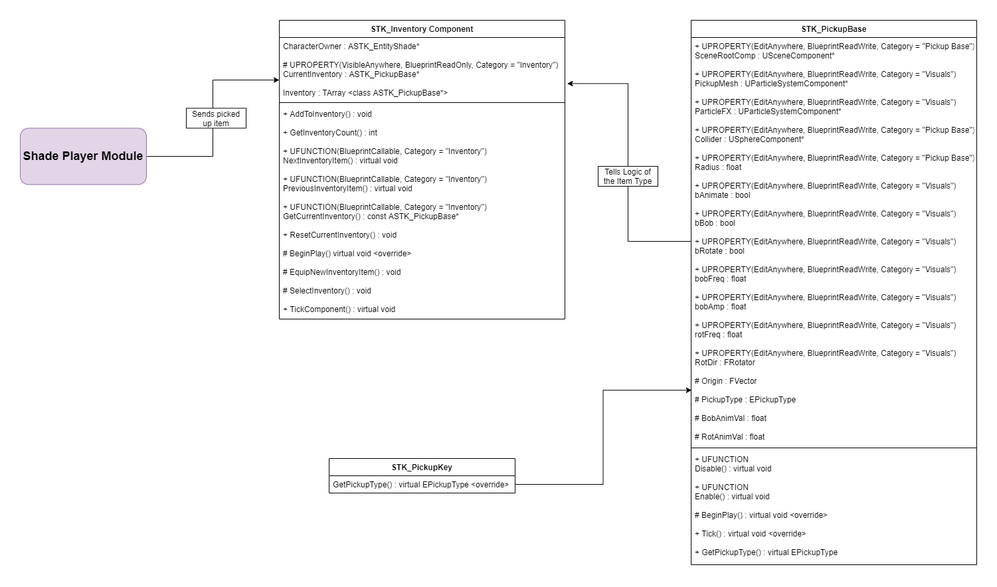
Earlier version of the draw.io export Documentation/UML/InventoryUML.png (ghas0012/ShadowStalk). Source tidied: cells renumbered, new cells last; positions are measured from the earlier drawing's top-left corner, leaving out a move shared by most shapes.
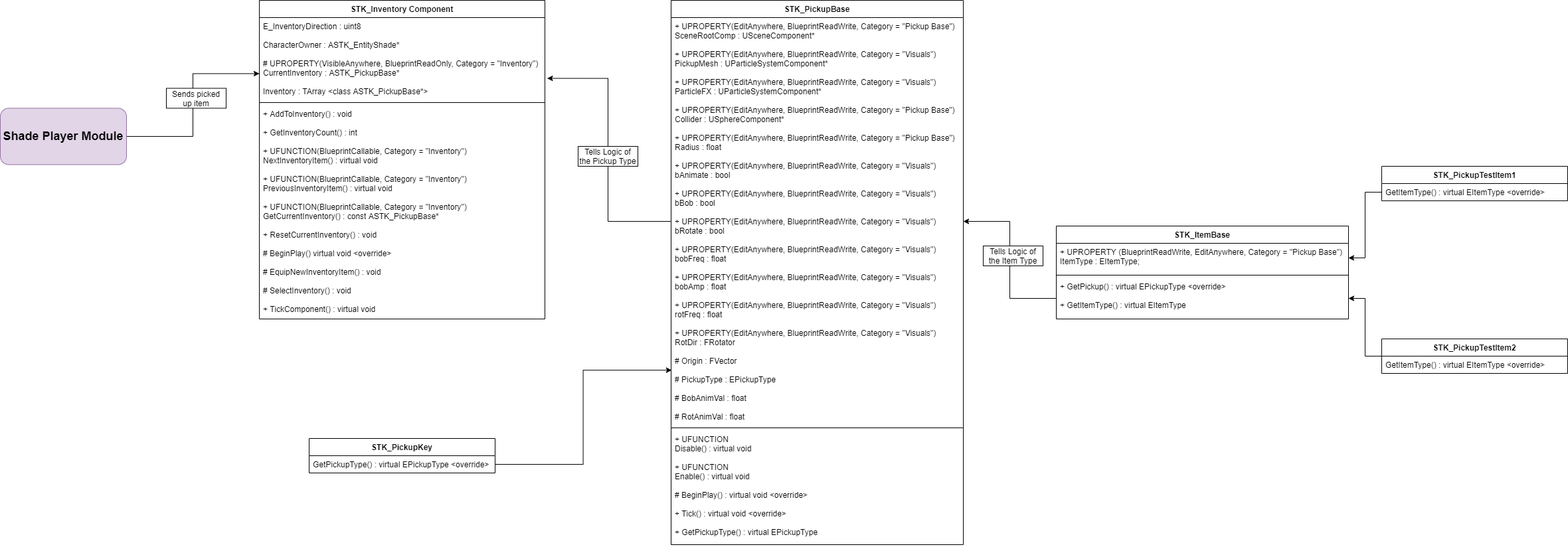
The same file after the commit.

What changed in the source:
```diff
@@ -3,16 +3,16 @@
     <mxCell id="0" />
     <mxCell id="1" parent="0" />
     <mxCell id="2" value="STK_Inventory Component" style="swimlane;fontStyle=1;align=center;verticalAlign=top;horizontal=1;startSize=26;" parent="1" vertex="1">
-      <mxGeometry x="390" width="430" height="450" as="geometry" />
+      <mxGeometry x="390" width="430" height="480" as="geometry" />
     </mxCell>
-    <mxCell id="3" value="CharacterOwner : ASTK_EntityShade*&#10;&#10;# UPROPERTY(VisibleAnywhere, BlueprintReadOnly, Category = &quot;Inventory&quot;)&#10;CurrentInventory : ASTK_PickupBase*&#10;&#10;Inventory : TArray &lt;class ASTK_PickupBase*&gt;" style="text;strokeColor=none;fillColor=none;align=left;verticalAlign=top;spacingLeft=4;spacingRight=4;overflow=hidden;points=[[0,0.5],[1,0.5]];portConstraint=eastwest;" parent="2" vertex="1">
-      <mxGeometry y="26" width="430" height="94" as="geometry" />
+    <mxCell id="3" value="E_InventoryDirection : uint8&#10;&#10;CharacterOwner : ASTK_EntityShade*&#10;&#10;# UPROPERTY(VisibleAnywhere, BlueprintReadOnly, Category = &quot;Inventory&quot;)&#10;CurrentInventory : ASTK_PickupBase*&#10;&#10;Inventory : TArray &lt;class ASTK_PickupBase*&gt;" style="text;strokeColor=none;fillColor=none;align=left;verticalAlign=top;spacingLeft=4;spacingRight=4;overflow=hidden;points=[[0,0.5],[1,0.5]];portConstraint=eastwest;" parent="2" vertex="1">
+      <mxGeometry y="26" width="430" height="124" as="geometry" />
     </mxCell>
     <mxCell id="4" style="line;strokeWidth=1;fillColor=none;align=left;verticalAlign=middle;spacingTop=-1;spacingLeft=3;spacingRight=3;labelPosition=right;" parent="2" vertex="1">
-      <mxGeometry y="120" width="430" height="8" as="geometry" />
+      <mxGeometry y="150" width="430" height="8" as="geometry" />
     </mxCell>
     <mxCell id="5" value="+ AddToInventory() : void&#10;&#10;+ GetInventoryCount() : int&#10;&#10;+ UFUNCTION(BlueprintCallable, Category = &quot;Inventory&quot;)&#10;NextInventoryItem() : virtual void&#10;&#10;+ UFUNCTION(BlueprintCallable, Category = &quot;Inventory&quot;)&#10;PreviousInventoryItem() : virtual void&#10;&#10;+ UFUNCTION(BlueprintCallable, Category = &quot;Inventory&quot;)&#10;GetCurrentInventory() : const ASTK_PickupBase*&#10;&#10;+ ResetCurrentInventory() : void&#10;&#10;# BeginPlay() virtual void &lt;override&gt;&#10;&#10;# EquipNewInventoryItem() : void&#10;&#10;# SelectInventory() : void&#10;&#10;+ TickComponent() : virtual void &#10;&#10;&#10;&#10;&#10;&#10;" style="text;strokeColor=none;fillColor=none;align=left;verticalAlign=top;spacingLeft=4;spacingRight=4;overflow=hidden;" parent="2" vertex="1">
-      <mxGeometry y="128" width="430" height="322" as="geometry" />
+      <mxGeometry y="158" width="430" height="322" as="geometry" />
     </mxCell>
     <mxCell id="6" style="edgeStyle=orthogonalEdgeStyle;rounded=0;jettySize=auto;html=1;entryX=0;entryY=0.681;entryDx=0;entryDy=0;entryPerimeter=0;exitX=1;exitY=0.5;exitDx=0;exitDy=0;" parent="1" edge="1" source="17" target="3">
       <mxGeometry relative="1" as="geometry" />
@@ -21,16 +21,16 @@
       <mxGeometry x="250" y="132.5" width="90" height="30" as="geometry" />
     </mxCell>
     <mxCell id="8" value="STK_PickupBase" style="swimlane;fontStyle=1;align=center;verticalAlign=top;horizontal=1;startSize=26;" parent="1" vertex="1">
-      <mxGeometry x="1010" width="430" height="820" as="geometry" />
+      <mxGeometry x="1010" width="440" height="820" as="geometry" />
     </mxCell>
     <mxCell id="9" value="+ UPROPERTY(EditAnywhere, BlueprintReadWrite, Category = &quot;Pickup Base&quot;)&#10;SceneRootComp : USceneComponent*&#10;&#10;+ UPROPERTY(EditAnywhere, BlueprintReadWrite, Category = &quot;Visuals&quot;)&#10;PickupMesh : UParticleSystemComponent*&#10;&#10;+ UPROPERTY(EditAnywhere, BlueprintReadWrite, Category = &quot;Visuals&quot;)&#10;ParticleFX : UParticleSystemComponent*&#10;&#10;+ UPROPERTY(EditAnywhere, BlueprintReadWrite, Category = &quot;Pickup Base&quot;)&#10;Collider : USphereComponent*&#10;&#10;+ UPROPERTY(EditAnywhere, BlueprintReadWrite, Category = &quot;Pickup Base&quot;)&#10;Radius : float&#10;&#10;+ UPROPERTY(EditAnywhere, BlueprintReadWrite, Category = &quot;Visuals&quot;)&#10;bAnimate : bool&#10;&#10;+ UPROPERTY(EditAnywhere, BlueprintReadWrite, Category = &quot;Visuals&quot;)&#10;bBob : bool&#10;&#10;+ UPROPERTY(EditAnywhere, BlueprintReadWrite, Category = &quot;Visuals&quot;)&#10;bRotate : bool&#10;&#10;+ UPROPERTY(EditAnywhere, BlueprintReadWrite, Category = &quot;Visuals&quot;)&#10;bobFreq : float&#10;&#10;+ UPROPERTY(EditAnywhere, BlueprintReadWrite, Category = &quot;Visuals&quot;)&#10;bobAmp : float&#10;&#10;+ UPROPERTY(EditAnywhere, BlueprintReadWrite, Category = &quot;Visuals&quot;)&#10;rotFreq : float&#10;&#10;+ UPROPERTY(EditAnywhere, BlueprintReadWrite, Category = &quot;Visuals&quot;)&#10;RotDir : FRotator&#10;&#10;# Origin : FVector&#10;&#10;# PickupType : EPickupType&#10;&#10;# BobAnimVal : float&#10;&#10;# RotAnimVal : float" style="text;strokeColor=none;fillColor=none;align=left;verticalAlign=top;spacingLeft=4;spacingRight=4;overflow=hidden;points=[[0,0.5],[1,0.5]];portConstraint=eastwest;" parent="8" vertex="1">
-      <mxGeometry y="26" width="430" height="614" as="geometry" />
+      <mxGeometry y="26" width="440" height="614" as="geometry" />
     </mxCell>
     <mxCell id="10" style="line;strokeWidth=1;fillColor=none;align=left;verticalAlign=middle;spacingTop=-1;spacingLeft=3;spacingRight=3;labelPosition=right;" parent="8" vertex="1">
-      <mxGeometry y="640" width="430" height="8" as="geometry" />
+      <mxGeometry y="640" width="440" height="8" as="geometry" />
     </mxCell>
     <mxCell id="11" value="+ UFUNCTION&#10;Disable() : virtual void&#10;&#10;+ UFUNCTION&#10;Enable() : virtual void&#10;&#10;# BeginPlay() : virtual void &lt;override&gt;&#10;&#10;+ Tick() : virtual void &lt;override&gt;&#10;&#10;+ GetPickupType() : virtual EPickupType" style="text;strokeColor=none;fillColor=none;align=left;verticalAlign=top;spacingLeft=4;spacingRight=4;overflow=hidden;" parent="8" vertex="1">
-      <mxGeometry y="648" width="430" height="172" as="geometry" />
+      <mxGeometry y="648" width="440" height="172" as="geometry" />
     </mxCell>
     <mxCell id="12" value="STK_PickupKey" style="swimlane;fontStyle=1;horizontal=1;startSize=26;fillColor=none;" parent="1" vertex="1">
       <mxGeometry x="465" y="660" width="280" height="52" as="geometry" />
@@ -44,11 +44,47 @@
     <mxCell id="15" style="edgeStyle=orthogonalEdgeStyle;rounded=0;jettySize=auto;html=1;entryX=1.008;entryY=0.738;entryDx=0;entryDy=0;entryPerimeter=0;" parent="1" edge="1" source="9" target="3">
       <mxGeometry relative="1" as="geometry" />
     </mxCell>
-    <mxCell id="16" value="Tells Logic of the Item Type" style="rounded=0;whiteSpace=wrap;html=1;" parent="1" vertex="1">
+    <mxCell id="16" value="Tells Logic of the Pickup Type" style="rounded=0;whiteSpace=wrap;html=1;" parent="1" vertex="1">
       <mxGeometry x="870" y="220" width="90" height="30" as="geometry" />
     </mxCell>
     <mxCell id="17" value="&lt;b&gt;&lt;font style=&quot;font-size: 18px&quot;&gt;Shade Player Module&lt;/font&gt;&lt;/b&gt;" style="rounded=1;whiteSpace=wrap;html=1;fillColor=#e1d5e7;strokeColor=#9673a6;" parent="1" vertex="1">
       <mxGeometry y="162.5" width="190" height="85" as="geometry" />
     </mxCell>
+    <mxCell id="18" value="STK_ItemBase" style="swimlane;fontStyle=1;align=center;verticalAlign=top;horizontal=1;startSize=26;" parent="1" vertex="1">
+      <mxGeometry x="1590" y="340" width="440" height="140" as="geometry" />
+    </mxCell>
+    <mxCell id="19" value="+ UPROPERTY (BlueprintReadWrite, EditAnywhere, Category = &quot;Pickup Base&quot;)&#10;ItemType : EItemType;" style="text;strokeColor=none;fillColor=none;align=left;verticalAlign=top;spacingLeft=4;spacingRight=4;overflow=hidden;points=[[0,0.5],[1,0.5]];portConstraint=eastwest;" parent="18" vertex="1">
+      <mxGeometry y="26" width="440" height="44" as="geometry" />
+    </mxCell>
+    <mxCell id="20" style="line;strokeWidth=1;fillColor=none;align=left;verticalAlign=middle;spacingTop=-1;spacingLeft=3;spacingRight=3;labelPosition=right;" parent="18" vertex="1">
+      <mxGeometry y="70" width="440" height="8" as="geometry" />
+    </mxCell>
+    <mxCell id="21" value="+ GetPickup() : virtual EPickupType &lt;override&gt;&#10;&#10;+ GetItemType() : virtual EItemType  " style="text;strokeColor=none;fillColor=none;align=left;verticalAlign=top;spacingLeft=4;spacingRight=4;overflow=hidden;points=[[0,0.5],[1,0.5]];portConstraint=eastwest;" parent="18" vertex="1">
+      <mxGeometry y="78" width="440" height="62" as="geometry" />
+    </mxCell>
+    <mxCell id="22" style="edgeStyle=orthogonalEdgeStyle;rounded=0;jettySize=auto;html=1;" parent="1" edge="1" source="21" target="9">
+      <mxGeometry relative="1" as="geometry" />
+    </mxCell>
+    <mxCell id="23" value="Tells Logic of the Item Type" style="rounded=0;whiteSpace=wrap;html=1;" parent="1" vertex="1">
+      <mxGeometry x="1480" y="370" width="90" height="30" as="geometry" />
+    </mxCell>
+    <mxCell id="24" value="STK_PickupTestItem1" style="swimlane;fontStyle=1;horizontal=1;startSize=26;fillColor=none;" parent="1" vertex="1">
+      <mxGeometry x="2080" y="250" width="280" height="52" as="geometry" />
+    </mxCell>
+    <mxCell id="25" value="GetItemType() : virtual EItemType &lt;override&gt;" style="text;strokeColor=none;fillColor=none;align=left;verticalAlign=top;spacingLeft=4;spacingRight=4;overflow=hidden;points=[[0,0.5],[1,0.5]];portConstraint=eastwest;" parent="24" vertex="1">
+      <mxGeometry y="26" width="280" height="26" as="geometry" />
+    </mxCell>
+    <mxCell id="26" style="edgeStyle=orthogonalEdgeStyle;rounded=0;jettySize=auto;html=1;exitX=0;exitY=0.5;exitDx=0;exitDy=0;" parent="1" edge="1" source="27" target="21">
+      <mxGeometry relative="1" as="geometry" />
+    </mxCell>
+    <mxCell id="27" value="STK_PickupTestItem2" style="swimlane;fontStyle=1;horizontal=1;startSize=26;fillColor=none;" parent="1" vertex="1">
+      <mxGeometry x="2080" y="510" width="280" height="52" as="geometry" />
+    </mxCell>
+    <mxCell id="28" value="GetItemType() : virtual EItemType &lt;override&gt;" style="text;strokeColor=none;fillColor=none;align=left;verticalAlign=top;spacingLeft=4;spacingRight=4;overflow=hidden;" parent="27" vertex="1">
+      <mxGeometry y="26" width="280" height="26" as="geometry" />
+    </mxCell>
+    <mxCell id="29" style="edgeStyle=orthogonalEdgeStyle;rounded=0;jettySize=auto;html=1;entryX=1;entryY=0.5;entryDx=0;entryDy=0;" parent="1" edge="1" source="25" target="19">
+      <mxGeometry relative="1" as="geometry" />
+    </mxCell>
   </root>
 </mxGraphModel>
```
